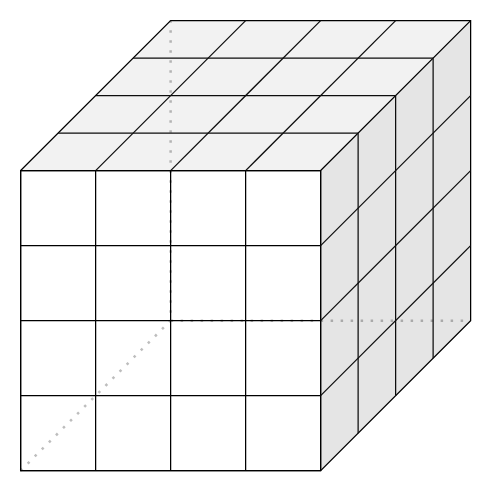
SlatanEnLexSemester4/Data-Warehousing-en-Business-Intelligence keeps this draw.io diagram as DW_Cube.drawio. Above is the earlier version. Source tidied: cells renumbered, new cells numbered last; positions are measured from the earlier drawing's top-left corner, leaving out a move shared by most shapes. Both pictures are drawn from the tidied source at 125%, with x=0, y=0 at pixel (20, 20).
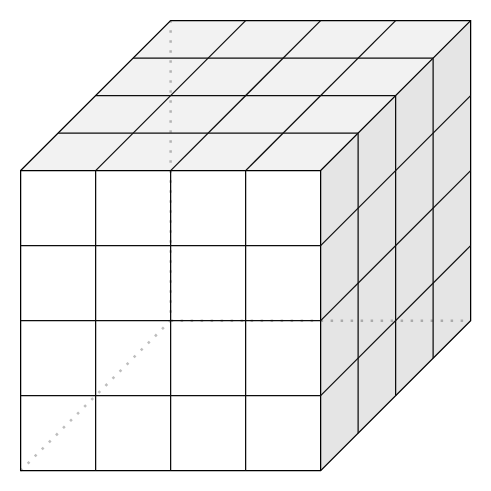
The same page after the edit.

Commit message:
Raw cube lines only

Diff of the diagram source:
```diff
@@
-    <mxCell id="5" style="shape=table;html=1;whiteSpace=wrap;startSize=0;childLayout=tableLayout;fillColor=none;" parent="1" vertex="1">
-      <mxGeometry y="120" width="240" height="240" as="geometry" />
-    </mxCell>
-    <mxCell id="6" style="shape=partialRectangle;html=1;whiteSpace=wrap;fillColor=none;top=0;left=0;bottom=0;right=0;" parent="5" vertex="1">
-      <mxGeometry width="240" height="60" as="geometry" />
-    </mxCell>
-    <mxCell id="7" style="shape=partialRectangle;html=1;whiteSpace=wrap;fillColor=none;top=0;left=0;bottom=0;right=0;overflow=hidden;" parent="6" vertex="1">
-      <mxGeometry width="60" height="60" as="geometry" />
-    </mxCell>
-    <mxCell id="8" style="shape=partialRectangle;html=1;whiteSpace=wrap;fillColor=none;top=0;left=0;bottom=0;right=0;overflow=hidden;" parent="6" vertex="1">
-      <mxGeometry x="60" width="60" height="60" as="geometry" />
-    </mxCell>
-    <mxCell id="9" style="shape=partialRectangle;html=1;whiteSpace=wrap;fillColor=none;top=0;left=0;bottom=0;right=0;overflow=hidden;" parent="6" vertex="1">
-      <mxGeometry x="120" width="60" height="60" as="geometry" />
-    </mxCell>
-    <mxCell id="10" style="shape=partialRectangle;html=1;whiteSpace=wrap;fillColor=none;top=0;left=0;bottom=0;right=0;overflow=hidden;" parent="6" vertex="1">
-      <mxGeometry x="180" width="60" height="60" as="geometry" />
-    </mxCell>
-    <mxCell id="11" style="shape=partialRectangle;html=1;whiteSpace=wrap;fillColor=none;top=0;left=0;bottom=0;right=0;" parent="5" vertex="1">
-      <mxGeometry y="60" width="240" height="60" as="geometry" />
-    </mxCell>
-    <mxCell id="12" style="shape=partialRectangle;html=1;whiteSpace=wrap;fillColor=none;top=0;left=0;bottom=0;right=0;overflow=hidden;" parent="11" vertex="1">
-      <mxGeometry width="60" height="60" as="geometry" />
-    </mxCell>
-    <mxCell id="13" style="shape=partialRectangle;html=1;whiteSpace=wrap;fillColor=none;top=0;left=0;bottom=0;right=0;overflow=hidden;" parent="11" vertex="1">
-      <mxGeometry x="60" width="60" height="60" as="geometry" />
-    </mxCell>
-    <mxCell id="14" style="shape=partialRectangle;html=1;whiteSpace=wrap;fillColor=none;top=0;left=0;bottom=0;right=0;overflow=hidden;" parent="11" vertex="1">
-      <mxGeometry x="120" width="60" height="60" as="geometry" />
-    </mxCell>
-    <mxCell id="15" style="shape=partialRectangle;html=1;whiteSpace=wrap;fillColor=none;top=0;left=0;bottom=0;right=0;overflow=hidden;" parent="11" vertex="1">
-      <mxGeometry x="180" width="60" height="60" as="geometry" />
-    </mxCell>
-    <mxCell id="16" style="shape=partialRectangle;html=1;whiteSpace=wrap;fillColor=none;top=0;left=0;bottom=0;right=0;" parent="5" vertex="1">
-      <mxGeometry y="120" width="240" height="60" as="geometry" />
-    </mxCell>
-    <mxCell id="17" style="shape=partialRectangle;html=1;whiteSpace=wrap;fillColor=none;top=0;left=0;bottom=0;right=0;overflow=hidden;" parent="16" vertex="1">
-      <mxGeometry width="60" height="60" as="geometry" />
-    </mxCell>
-    <mxCell id="18" style="shape=partialRectangle;html=1;whiteSpace=wrap;fillColor=none;top=0;left=0;bottom=0;right=0;overflow=hidden;" parent="16" vertex="1">
-      <mxGeometry x="60" width="60" height="60" as="geometry" />
-    </mxCell>
-    <mxCell id="19" style="shape=partialRectangle;html=1;whiteSpace=wrap;fillColor=none;top=0;left=0;bottom=0;right=0;overflow=hidden;" parent="16" vertex="1">
-      <mxGeometry x="120" width="60" height="60" as="geometry" />
-    </mxCell>
-    <mxCell id="20" style="shape=partialRectangle;html=1;whiteSpace=wrap;fillColor=none;top=0;left=0;bottom=0;right=0;overflow=hidden;" parent="16" vertex="1">
-      <mxGeometry x="180" width="60" height="60" as="geometry" />
-    </mxCell>
-    <mxCell id="21" style="shape=partialRectangle;html=1;whiteSpace=wrap;fillColor=none;top=0;left=0;bottom=0;right=0;" parent="5" vertex="1">
-      <mxGeometry y="180" width="240" height="60" as="geometry" />
-    </mxCell>
-    <mxCell id="22" style="shape=partialRectangle;html=1;whiteSpace=wrap;fillColor=none;top=0;left=0;bottom=0;right=0;overflow=hidden;" parent="21" vertex="1">
-      <mxGeometry width="60" height="60" as="geometry" />
-    </mxCell>
-    <mxCell id="23" style="shape=partialRectangle;html=1;whiteSpace=wrap;fillColor=none;top=0;left=0;bottom=0;right=0;overflow=hidden;" parent="21" vertex="1">
-      <mxGeometry x="60" width="60" height="60" as="geometry" />
-    </mxCell>
-    <mxCell id="24" style="shape=partialRectangle;html=1;whiteSpace=wrap;fillColor=none;top=0;left=0;bottom=0;right=0;overflow=hidden;" parent="21" vertex="1">
-      <mxGeometry x="120" width="60" height="60" as="geometry" />
-    </mxCell>
-    <mxCell id="25" style="shape=partialRectangle;html=1;whiteSpace=wrap;fillColor=none;top=0;left=0;bottom=0;right=0;overflow=hidden;" parent="21" vertex="1">
-      <mxGeometry x="180" width="60" height="60" as="geometry" />
-    </mxCell>
@@
+    <mxCell id="38" style="endArrow=none;html=1;shadow=0;strokeColor=#0D0D0D;" parent="1" edge="1">
+      <mxGeometry relative="1" as="geometry">
+        <mxPoint x="60" y="360" as="sourcePoint" />
+        <mxPoint x="60" y="120" as="targetPoint" />
+      </mxGeometry>
+    </mxCell>
+    <mxCell id="39" style="endArrow=none;html=1;shadow=0;strokeColor=#0D0D0D;" parent="1" edge="1">
+      <mxGeometry relative="1" as="geometry">
+        <mxPoint x="120" y="360" as="sourcePoint" />
+        <mxPoint x="120" y="120" as="targetPoint" />
+      </mxGeometry>
+    </mxCell>
+    <mxCell id="40" style="endArrow=none;html=1;shadow=0;strokeColor=#0D0D0D;" parent="1" edge="1">
+      <mxGeometry relative="1" as="geometry">
+        <mxPoint x="180" y="360" as="sourcePoint" />
+        <mxPoint x="180" y="120" as="targetPoint" />
+      </mxGeometry>
+    </mxCell>
+    <mxCell id="41" style="endArrow=none;html=1;shadow=0;strokeColor=#0D0D0D;" parent="1" edge="1">
+      <mxGeometry relative="1" as="geometry">
+        <mxPoint x="240" y="180" as="sourcePoint" />
+        <mxPoint y="180" as="targetPoint" />
+      </mxGeometry>
+    </mxCell>
+    <mxCell id="42" style="endArrow=none;html=1;shadow=0;strokeColor=#0D0D0D;" parent="1" edge="1">
+      <mxGeometry relative="1" as="geometry">
+        <mxPoint x="240" y="240" as="sourcePoint" />
+        <mxPoint y="240" as="targetPoint" />
+      </mxGeometry>
+    </mxCell>
+    <mxCell id="43" style="endArrow=none;html=1;shadow=0;strokeColor=#0D0D0D;" parent="1" edge="1">
+      <mxGeometry relative="1" as="geometry">
+        <mxPoint x="240" y="300" as="sourcePoint" />
+        <mxPoint y="300" as="targetPoint" />
+      </mxGeometry>
+    </mxCell>
```
